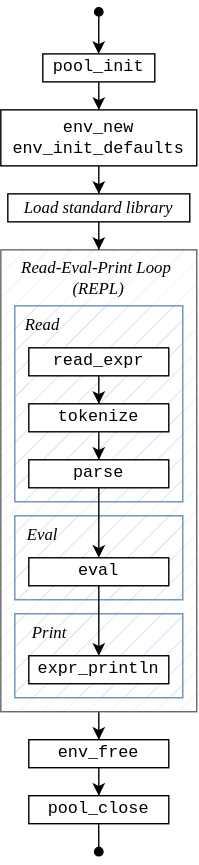
This is doc/diagrams/sl_main.svg from 8dcc/sl, a draw.io export, as it was before one commit. Source tidied: cells renumbered, new cells last; positions are measured from the earlier drawing's top-left corner, leaving out a move shared by most shapes. Its diagram source:
```xml
<mxGraphModel>
  <root>
    <mxCell id="0" />
    <mxCell id="1" parent="0" />
    <mxCell id="2" style="edgeStyle=orthogonalEdgeStyle;rounded=0;jettySize=auto;html=1;entryX=0.5;entryY=0;entryDx=0;entryDy=0;" parent="1" edge="1" source="3" target="27">
      <mxGeometry relative="1" as="geometry" />
    </mxCell>
    <mxCell id="3" style="rounded=0;whiteSpace=wrap;html=1;fillStyle=hatch;fillColor=light-dark(#F2F2F2,#1A1A1A);fontColor=#333333;strokeColor=#666666;" parent="1" vertex="1">
      <mxGeometry y="170" width="140" height="330" as="geometry" />
    </mxCell>
    <mxCell id="4" style="rounded=0;whiteSpace=wrap;html=1;fillStyle=hatch;fillColor=#dae8fc;strokeColor=#6c8ebf;" parent="1" vertex="1">
      <mxGeometry x="10" y="430" width="120" height="60" as="geometry" />
    </mxCell>
    <mxCell id="5" style="rounded=0;whiteSpace=wrap;html=1;fillStyle=hatch;fillColor=#dae8fc;strokeColor=#6c8ebf;" parent="1" vertex="1">
      <mxGeometry x="10" y="360" width="120" height="60" as="geometry" />
    </mxCell>
    <mxCell id="6" style="rounded=0;whiteSpace=wrap;html=1;fillStyle=hatch;fillColor=#dae8fc;strokeColor=#6c8ebf;" parent="1" vertex="1">
      <mxGeometry x="10" y="210" width="120" height="140" as="geometry" />
    </mxCell>
    <mxCell id="7" style="edgeStyle=orthogonalEdgeStyle;rounded=0;jettySize=auto;html=1;" parent="1" edge="1" source="8" target="10">
      <mxGeometry relative="1" as="geometry" />
    </mxCell>
    <mxCell id="8" value="&lt;div&gt;pool_init&lt;/div&gt;" style="text;html=1;align=center;verticalAlign=middle;whiteSpace=wrap;rounded=0;fontFamily=Courier New;labelBackgroundColor=none;labelBorderColor=none;fillColor=default;strokeColor=default;" parent="1" vertex="1">
      <mxGeometry x="30" y="30" width="80" height="20" as="geometry" />
    </mxCell>
    <mxCell id="9" style="edgeStyle=orthogonalEdgeStyle;rounded=0;jettySize=auto;html=1;entryX=0.5;entryY=0;entryDx=0;entryDy=0;" parent="1" edge="1" source="10" target="12">
      <mxGeometry relative="1" as="geometry" />
    </mxCell>
    <mxCell id="10" value="env_new env_init_defaults" style="text;html=1;align=center;verticalAlign=middle;whiteSpace=wrap;rounded=0;fontFamily=Courier New;labelBackgroundColor=none;labelBorderColor=none;fillColor=default;strokeColor=default;" parent="1" vertex="1">
      <mxGeometry y="70" width="140" height="40" as="geometry" />
    </mxCell>
    <mxCell id="11" style="edgeStyle=orthogonalEdgeStyle;rounded=0;jettySize=auto;html=1;entryX=0.5;entryY=0;entryDx=0;entryDy=0;" parent="1" edge="1" source="12" target="3">
      <mxGeometry relative="1" as="geometry" />
    </mxCell>
    <mxCell id="12" value="&lt;i&gt;&lt;font face=&quot;Times New Roman&quot;&gt;Load standard library&lt;/font&gt;&lt;br&gt;&lt;/i&gt;" style="text;html=1;align=center;verticalAlign=middle;whiteSpace=wrap;rounded=0;fontFamily=Courier New;labelBackgroundColor=none;labelBorderColor=none;fillColor=default;strokeColor=default;" parent="1" vertex="1">
      <mxGeometry x="5" y="130" width="130" height="20" as="geometry" />
    </mxCell>
    <mxCell id="13" style="edgeStyle=orthogonalEdgeStyle;rounded=0;jettySize=auto;html=1;entryX=0.5;entryY=0;entryDx=0;entryDy=0;" parent="1" edge="1" source="14" target="16">
      <mxGeometry relative="1" as="geometry" />
    </mxCell>
    <mxCell id="14" value="read_expr" style="text;html=1;align=center;verticalAlign=middle;whiteSpace=wrap;rounded=0;fontFamily=Courier New;labelBackgroundColor=none;labelBorderColor=none;fillColor=default;strokeColor=default;" parent="1" vertex="1">
      <mxGeometry x="20" y="240" width="100" height="20" as="geometry" />
    </mxCell>
    <mxCell id="15" style="edgeStyle=orthogonalEdgeStyle;rounded=0;jettySize=auto;html=1;" parent="1" edge="1" source="16" target="18">
      <mxGeometry relative="1" as="geometry" />
    </mxCell>
    <mxCell id="16" value="tokenize" style="text;html=1;align=center;verticalAlign=middle;whiteSpace=wrap;rounded=0;fontFamily=Courier New;labelBackgroundColor=none;labelBorderColor=none;fillColor=default;strokeColor=default;" parent="1" vertex="1">
      <mxGeometry x="20" y="280" width="100" height="20" as="geometry" />
    </mxCell>
    <mxCell id="17" style="edgeStyle=orthogonalEdgeStyle;rounded=0;jettySize=auto;html=1;" parent="1" edge="1" source="18" target="20">
      <mxGeometry relative="1" as="geometry" />
    </mxCell>
    <mxCell id="18" value="&lt;div&gt;parse&lt;/div&gt;" style="text;html=1;align=center;verticalAlign=middle;whiteSpace=wrap;rounded=0;fontFamily=Courier New;labelBackgroundColor=none;labelBorderColor=none;fillColor=default;strokeColor=default;" parent="1" vertex="1">
      <mxGeometry x="20" y="320" width="100" height="20" as="geometry" />
    </mxCell>
    <mxCell id="19" style="edgeStyle=orthogonalEdgeStyle;rounded=0;jettySize=auto;html=1;" parent="1" edge="1" source="20" target="21">
      <mxGeometry relative="1" as="geometry" />
    </mxCell>
    <mxCell id="20" value="eval" style="text;html=1;align=center;verticalAlign=middle;whiteSpace=wrap;rounded=0;fontFamily=Courier New;labelBackgroundColor=none;labelBorderColor=none;fillColor=default;strokeColor=default;" parent="1" vertex="1">
      <mxGeometry x="20" y="390" width="100" height="20" as="geometry" />
    </mxCell>
    <mxCell id="21" value="expr_println" style="text;html=1;align=center;verticalAlign=middle;whiteSpace=wrap;rounded=0;fontFamily=Courier New;labelBackgroundColor=none;labelBorderColor=none;fillColor=default;strokeColor=default;" parent="1" vertex="1">
      <mxGeometry x="20" y="460" width="100" height="20" as="geometry" />
    </mxCell>
    <mxCell id="22" value="&lt;font face=&quot;Times New Roman&quot;&gt;&lt;i&gt;Read&lt;/i&gt;&lt;/font&gt;" style="text;html=1;align=center;verticalAlign=middle;whiteSpace=wrap;rounded=0;" parent="1" vertex="1">
      <mxGeometry x="10" y="214" width="40" height="20" as="geometry" />
    </mxCell>
    <mxCell id="23" value="&lt;div&gt;&lt;font face=&quot;Times New Roman&quot;&gt;&lt;i&gt;Read-Eval-Print Loop&amp;nbsp;&lt;/i&gt;&lt;/font&gt;&lt;/div&gt;&lt;div&gt;&lt;font face=&quot;Times New Roman&quot;&gt;&lt;i&gt;(REPL)&lt;/i&gt;&lt;/font&gt;&lt;/div&gt;" style="text;html=1;align=center;verticalAlign=middle;whiteSpace=wrap;rounded=0;" parent="1" vertex="1">
      <mxGeometry y="180" width="140" height="20" as="geometry" />
    </mxCell>
    <mxCell id="24" value="&lt;font face=&quot;Times New Roman&quot;&gt;&lt;i&gt;Eval&lt;/i&gt;&lt;/font&gt;" style="text;html=1;align=center;verticalAlign=middle;whiteSpace=wrap;rounded=0;" parent="1" vertex="1">
      <mxGeometry x="10" y="364" width="40" height="20" as="geometry" />
    </mxCell>
    <mxCell id="25" value="&lt;font face=&quot;Times New Roman&quot;&gt;&lt;i&gt;Print&lt;/i&gt;&lt;/font&gt;" style="text;html=1;align=center;verticalAlign=middle;whiteSpace=wrap;rounded=0;" parent="1" vertex="1">
      <mxGeometry x="10" y="434" width="50" height="20" as="geometry" />
    </mxCell>
    <mxCell id="26" style="edgeStyle=orthogonalEdgeStyle;rounded=0;jettySize=auto;html=1;" parent="1" edge="1" source="27" target="28">
      <mxGeometry relative="1" as="geometry" />
    </mxCell>
    <mxCell id="27" value="env_free" style="text;html=1;align=center;verticalAlign=middle;whiteSpace=wrap;rounded=0;fontFamily=Courier New;labelBackgroundColor=none;labelBorderColor=none;fillColor=default;strokeColor=default;" parent="1" vertex="1">
      <mxGeometry x="20" y="520" width="100" height="20" as="geometry" />
    </mxCell>
    <mxCell id="28" value="pool_close" style="text;html=1;align=center;verticalAlign=middle;whiteSpace=wrap;rounded=0;fontFamily=Courier New;labelBackgroundColor=none;labelBorderColor=none;fillColor=default;strokeColor=default;" parent="1" vertex="1">
      <mxGeometry x="20" y="560" width="100" height="20" as="geometry" />
    </mxCell>
    <mxCell id="29" style="edgeStyle=orthogonalEdgeStyle;rounded=0;orthogonalLoop=1;jettySize=auto;html=1;startArrow=oval;startFill=1;" parent="1" edge="1">
      <mxGeometry relative="1" as="geometry">
        <mxPoint x="70" as="sourcePoint" />
        <mxPoint x="69.9" y="30" as="targetPoint" />
      </mxGeometry>
    </mxCell>
    <mxCell id="30" style="edgeStyle=orthogonalEdgeStyle;rounded=0;orthogonalLoop=1;jettySize=auto;html=1;endArrow=oval;endFill=1;" parent="1" edge="1">
      <mxGeometry relative="1" as="geometry">
        <mxPoint x="69.9" y="580" as="sourcePoint" />
        <mxPoint x="70" y="600" as="targetPoint" />
      </mxGeometry>
    </mxCell>
  </root>
</mxGraphModel>
```
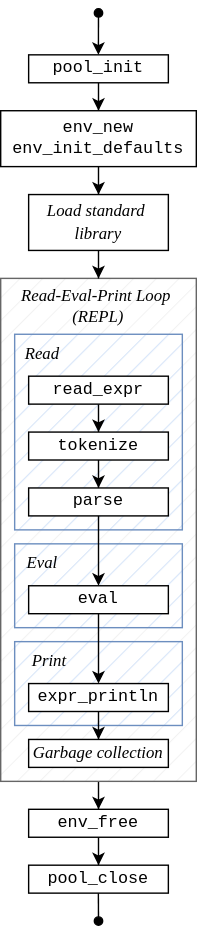
Later version of the same file.

Commit message:
doc: Add garbage collection to REPL diagram

Adjust sizes.

What changed in the source:
```diff
@@ -6,7 +6,7 @@
       <mxGeometry relative="1" as="geometry" />
     </mxCell>
     <mxCell id="3" style="rounded=0;whiteSpace=wrap;html=1;fillStyle=hatch;fillColor=light-dark(#F2F2F2,#1A1A1A);fontColor=#333333;strokeColor=#666666;" parent="1" vertex="1">
-      <mxGeometry y="170" width="140" height="330" as="geometry" />
+      <mxGeometry y="170" width="140" height="360" as="geometry" />
     </mxCell>
     <mxCell id="4" style="rounded=0;whiteSpace=wrap;html=1;fillStyle=hatch;fillColor=#dae8fc;strokeColor=#6c8ebf;" parent="1" vertex="1">
       <mxGeometry x="10" y="430" width="120" height="60" as="geometry" />
@@ -21,21 +21,21 @@
       <mxGeometry relative="1" as="geometry" />
     </mxCell>
     <mxCell id="8" value="&lt;div&gt;pool_init&lt;/div&gt;" style="text;html=1;align=center;verticalAlign=middle;whiteSpace=wrap;rounded=0;fontFamily=Courier New;labelBackgroundColor=none;labelBorderColor=none;fillColor=default;strokeColor=default;" parent="1" vertex="1">
-      <mxGeometry x="30" y="30" width="80" height="20" as="geometry" />
+      <mxGeometry x="20" y="10" width="100" height="20" as="geometry" />
     </mxCell>
-    <mxCell id="9" style="edgeStyle=orthogonalEdgeStyle;rounded=0;jettySize=auto;html=1;entryX=0.5;entryY=0;entryDx=0;entryDy=0;" parent="1" edge="1" source="10" target="12">
+    <mxCell id="9" style="edgeStyle=orthogonalEdgeStyle;rounded=0;jettySize=auto;html=1;" parent="1" edge="1" source="10" target="12">
       <mxGeometry relative="1" as="geometry" />
     </mxCell>
     <mxCell id="10" value="env_new env_init_defaults" style="text;html=1;align=center;verticalAlign=middle;whiteSpace=wrap;rounded=0;fontFamily=Courier New;labelBackgroundColor=none;labelBorderColor=none;fillColor=default;strokeColor=default;" parent="1" vertex="1">
-      <mxGeometry y="70" width="140" height="40" as="geometry" />
+      <mxGeometry y="50" width="140" height="40" as="geometry" />
     </mxCell>
-    <mxCell id="11" style="edgeStyle=orthogonalEdgeStyle;rounded=0;jettySize=auto;html=1;entryX=0.5;entryY=0;entryDx=0;entryDy=0;" parent="1" edge="1" source="12" target="3">
+    <mxCell id="11" style="edgeStyle=orthogonalEdgeStyle;rounded=0;jettySize=auto;html=1;" parent="1" edge="1" source="12" target="3">
       <mxGeometry relative="1" as="geometry" />
     </mxCell>
-    <mxCell id="12" value="&lt;i&gt;&lt;font face=&quot;Times New Roman&quot;&gt;Load standard library&lt;/font&gt;&lt;br&gt;&lt;/i&gt;" style="text;html=1;align=center;verticalAlign=middle;whiteSpace=wrap;rounded=0;fontFamily=Courier New;labelBackgroundColor=none;labelBorderColor=none;fillColor=default;strokeColor=default;" parent="1" vertex="1">
-      <mxGeometry x="5" y="130" width="130" height="20" as="geometry" />
+    <mxCell id="12" value="&lt;div&gt;&lt;i&gt;&lt;font face=&quot;Times New Roman&quot;&gt;Load standard&amp;nbsp;&lt;/font&gt;&lt;/i&gt;&lt;/div&gt;&lt;div&gt;&lt;i&gt;&lt;font face=&quot;Times New Roman&quot;&gt;library&lt;/font&gt;&lt;/i&gt;&lt;/div&gt;" style="text;html=1;align=center;verticalAlign=middle;whiteSpace=wrap;rounded=0;fontFamily=Courier New;labelBackgroundColor=none;labelBorderColor=none;fillColor=default;strokeColor=default;" parent="1" vertex="1">
+      <mxGeometry x="20" y="110" width="100" height="40" as="geometry" />
     </mxCell>
-    <mxCell id="13" style="edgeStyle=orthogonalEdgeStyle;rounded=0;jettySize=auto;html=1;entryX=0.5;entryY=0;entryDx=0;entryDy=0;" parent="1" edge="1" source="14" target="16">
+    <mxCell id="13" style="edgeStyle=orthogonalEdgeStyle;rounded=0;jettySize=auto;html=1;" parent="1" edge="1" source="14" target="16">
       <mxGeometry relative="1" as="geometry" />
     </mxCell>
     <mxCell id="14" value="read_expr" style="text;html=1;align=center;verticalAlign=middle;whiteSpace=wrap;rounded=0;fontFamily=Courier New;labelBackgroundColor=none;labelBorderColor=none;fillColor=default;strokeColor=default;" parent="1" vertex="1">
@@ -59,6 +59,9 @@
     <mxCell id="20" value="eval" style="text;html=1;align=center;verticalAlign=middle;whiteSpace=wrap;rounded=0;fontFamily=Courier New;labelBackgroundColor=none;labelBorderColor=none;fillColor=default;strokeColor=default;" parent="1" vertex="1">
       <mxGeometry x="20" y="390" width="100" height="20" as="geometry" />
     </mxCell>
+    <mxCell id="31" style="edgeStyle=orthogonalEdgeStyle;rounded=0;jettySize=auto;html=1;" parent="1" edge="1" source="21" target="32">
+      <mxGeometry relative="1" as="geometry" />
+    </mxCell>
     <mxCell id="21" value="expr_println" style="text;html=1;align=center;verticalAlign=middle;whiteSpace=wrap;rounded=0;fontFamily=Courier New;labelBackgroundColor=none;labelBorderColor=none;fillColor=default;strokeColor=default;" parent="1" vertex="1">
       <mxGeometry x="20" y="460" width="100" height="20" as="geometry" />
     </mxCell>
@@ -78,22 +81,25 @@
       <mxGeometry relative="1" as="geometry" />
     </mxCell>
     <mxCell id="27" value="env_free" style="text;html=1;align=center;verticalAlign=middle;whiteSpace=wrap;rounded=0;fontFamily=Courier New;labelBackgroundColor=none;labelBorderColor=none;fillColor=default;strokeColor=default;" parent="1" vertex="1">
-      <mxGeometry x="20" y="520" width="100" height="20" as="geometry" />
+      <mxGeometry x="20" y="550" width="100" height="20" as="geometry" />
     </mxCell>
     <mxCell id="28" value="pool_close" style="text;html=1;align=center;verticalAlign=middle;whiteSpace=wrap;rounded=0;fontFamily=Courier New;labelBackgroundColor=none;labelBorderColor=none;fillColor=default;strokeColor=default;" parent="1" vertex="1">
-      <mxGeometry x="20" y="560" width="100" height="20" as="geometry" />
+      <mxGeometry x="20" y="590" width="100" height="20" as="geometry" />
     </mxCell>
     <mxCell id="29" style="edgeStyle=orthogonalEdgeStyle;rounded=0;orthogonalLoop=1;jettySize=auto;html=1;startArrow=oval;startFill=1;" parent="1" edge="1">
       <mxGeometry relative="1" as="geometry">
-        <mxPoint x="70" as="sourcePoint" />
-        <mxPoint x="69.9" y="30" as="targetPoint" />
+        <mxPoint x="70" y="-20" as="sourcePoint" />
+        <mxPoint x="69.9" y="10" as="targetPoint" />
       </mxGeometry>
     </mxCell>
     <mxCell id="30" style="edgeStyle=orthogonalEdgeStyle;rounded=0;orthogonalLoop=1;jettySize=auto;html=1;endArrow=oval;endFill=1;" parent="1" edge="1">
       <mxGeometry relative="1" as="geometry">
-        <mxPoint x="69.9" y="580" as="sourcePoint" />
-        <mxPoint x="70" y="600" as="targetPoint" />
+        <mxPoint x="69.9" y="610" as="sourcePoint" />
+        <mxPoint x="70" y="630" as="targetPoint" />
       </mxGeometry>
     </mxCell>
+    <mxCell id="32" value="&lt;font face=&quot;Times New Roman&quot;&gt;&lt;i&gt;Garbage collection&lt;br&gt;&lt;/i&gt;&lt;/font&gt;" style="text;html=1;align=center;verticalAlign=middle;whiteSpace=wrap;rounded=0;fontFamily=Courier New;labelBackgroundColor=none;labelBorderColor=none;fillColor=default;strokeColor=default;" parent="1" vertex="1">
+      <mxGeometry x="20" y="500" width="100" height="20" as="geometry" />
+    </mxCell>
   </root>
 </mxGraphModel>
```
